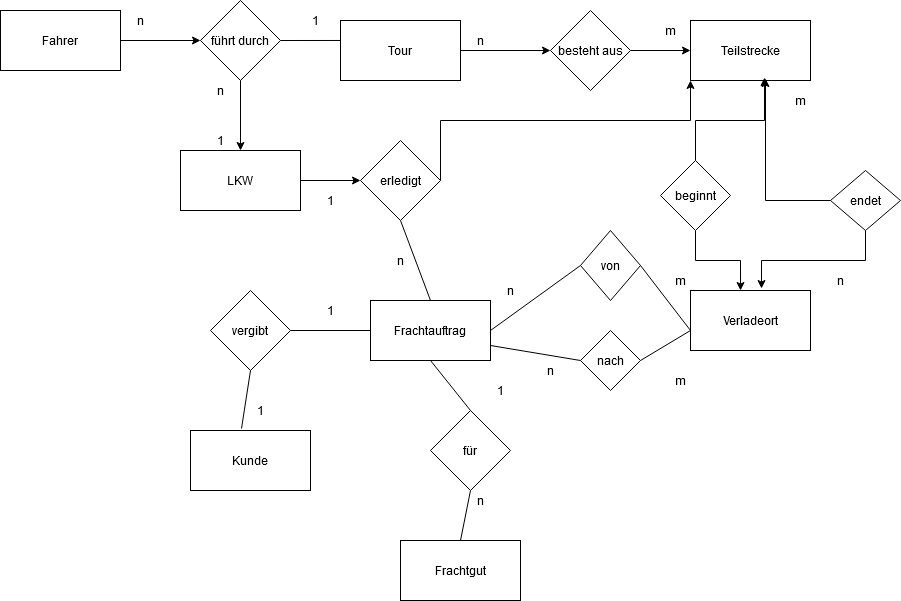
This is Tour.png from gianluca1606/gianluca1606, a draw.io export, as it was before one commit. Source tidied: cells renumbered, new cells last; positions are measured from the earlier drawing's top-left corner, leaving out a move shared by most shapes.
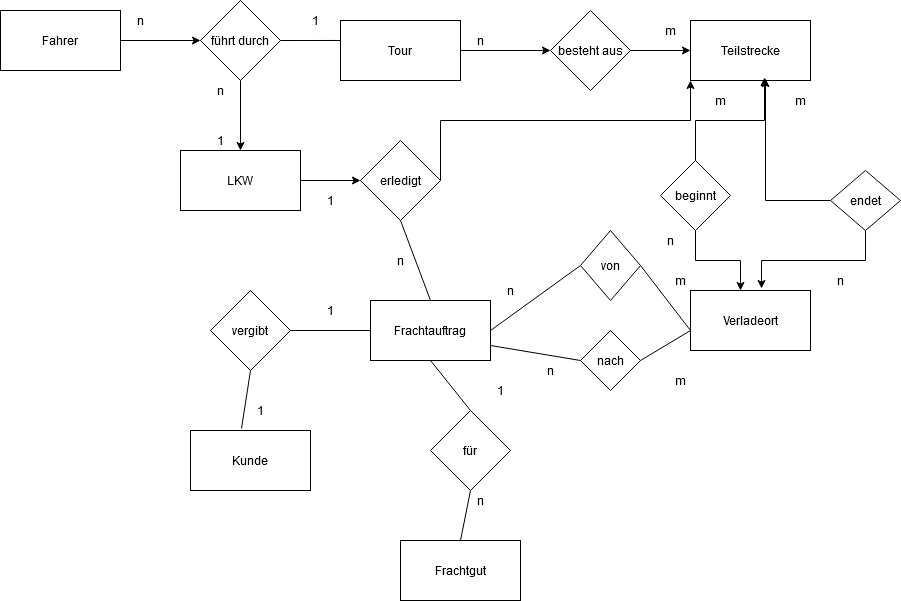
After the change.

What changed in the source:
```diff
@@ -179,5 +179,11 @@
     <mxCell id="57" value="n" style="text;html=1;strokeColor=none;fillColor=none;align=center;verticalAlign=middle;whiteSpace=wrap;rounded=0;" parent="1" vertex="1">
       <mxGeometry x="530" y="360" width="40" height="20" as="geometry" />
     </mxCell>
+    <mxCell id="58" value="m" style="text;html=1;strokeColor=none;fillColor=none;align=center;verticalAlign=middle;whiteSpace=wrap;rounded=0;" parent="1" vertex="1">
+      <mxGeometry x="700" y="90" width="40" height="20" as="geometry" />
+    </mxCell>
+    <mxCell id="59" value="n" style="text;html=1;strokeColor=none;fillColor=none;align=center;verticalAlign=middle;whiteSpace=wrap;rounded=0;" parent="1" vertex="1">
+      <mxGeometry x="650" y="230" width="40" height="20" as="geometry" />
+    </mxCell>
   </root>
 </mxGraphModel>
```
